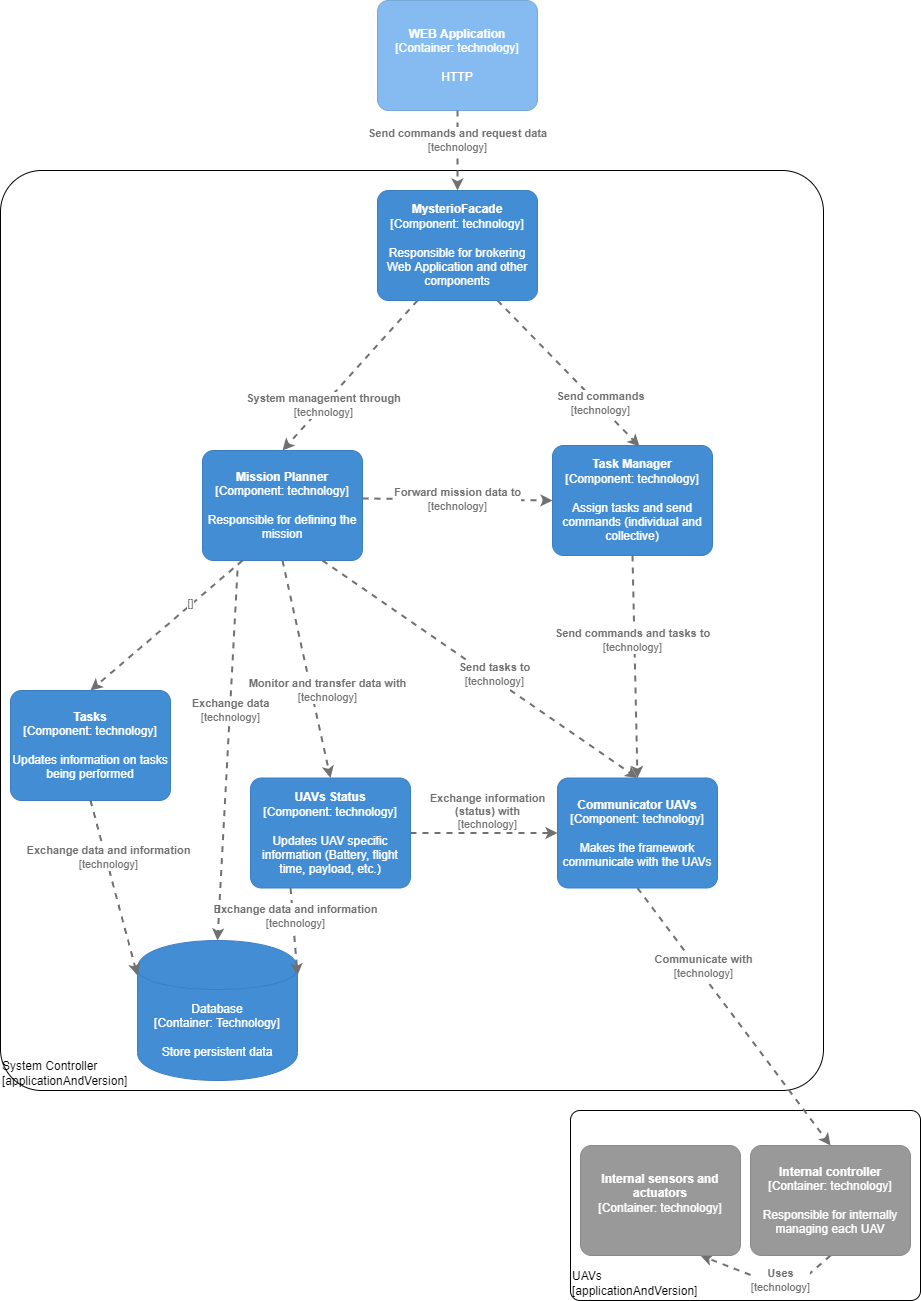
savionasc/mysterio keeps this draw.io diagram as UAV architecture-Componente.png. Above is the earlier version. Source tidied: cells renumbered, new cells last; positions are measured from the earlier drawing's top-left corner, leaving out a move shared by most shapes.
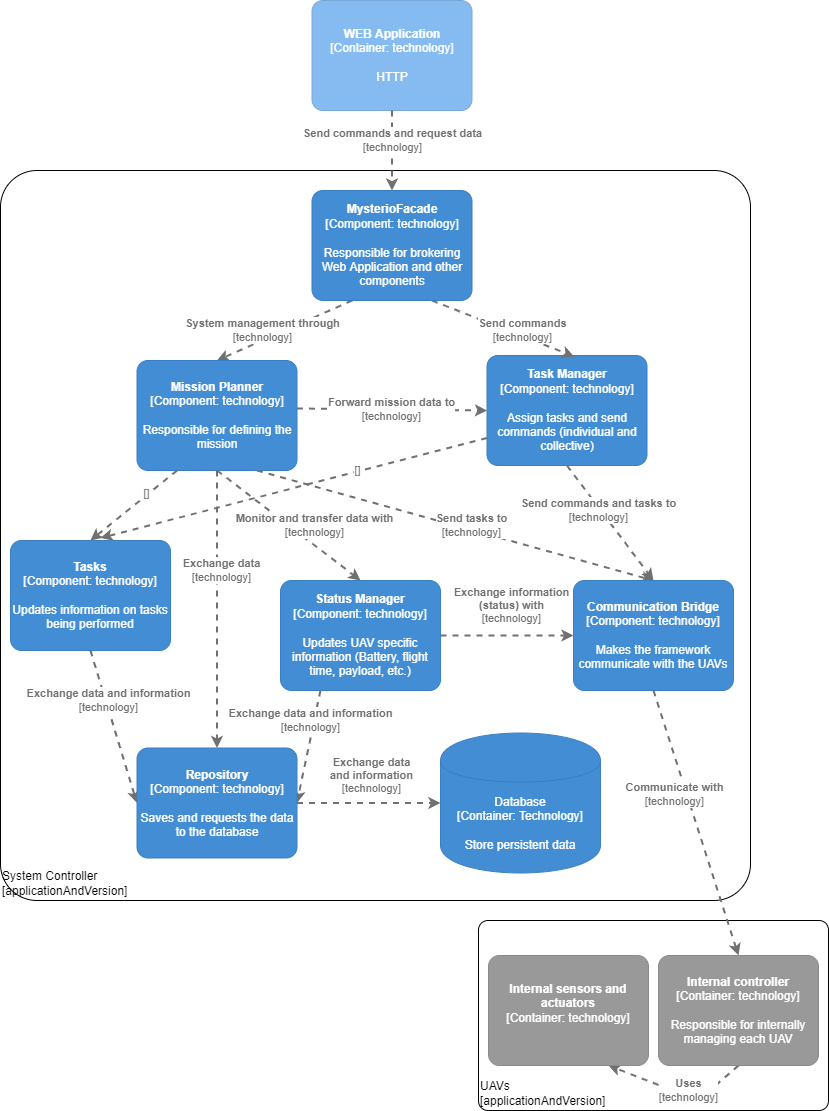
After the change.

Commit message:
Modificando a arquitetura em nível de componentes

Change to the diagram source:
```diff
@@ -6,3 +6,3 @@
       <mxCell style="rounded=1;whiteSpace=wrap;html=1;labelBackgroundColor=none;fillColor=#ffffff;fontColor=#000000;align=left;arcSize=5;strokeColor=#000000;verticalAlign=bottom;metaData={&quot;c4Type&quot;:{&quot;editable&quot;:false}};" parent="1" vertex="1">
-        <mxGeometry y="170" width="823" height="920" as="geometry" />
+        <mxGeometry x="-13" y="360" width="750" height="730" as="geometry" />
       </mxCell>
@@ -11,3 +11,3 @@
       <mxCell style="rounded=1;whiteSpace=wrap;html=1;labelBackgroundColor=none;fillColor=#ffffff;fontColor=#000000;align=left;arcSize=5;strokeColor=#000000;verticalAlign=bottom;metaData={&quot;c4Type&quot;:{&quot;editable&quot;:false}};" parent="1" vertex="1">
-        <mxGeometry x="570" y="1110" width="350" height="190" as="geometry" />
+        <mxGeometry x="465" y="1110" width="350" height="190" as="geometry" />
       </mxCell>
@@ -16,3 +16,3 @@
       <mxCell style="edgeStyle=none;rounded=0;html=1;entryX=0.5;entryY=0;jettySize=auto;strokeColor=#707070;strokeWidth=2;fontColor=#707070;jumpStyle=none;dashed=1;metaData={&quot;c4Type&quot;:{&quot;editable&quot;:false}};exitX=0.25;exitY=1;exitDx=0;exitDy=0;exitPerimeter=0;entryDx=0;entryDy=0;entryPerimeter=0;" parent="1" edge="1" source="23" target="10">
-        <mxGeometry x="0.4" relative="1" as="geometry" />
+        <mxGeometry x="0.28" y="-9" relative="1" as="geometry" />
       </mxCell>
@@ -21,3 +21,3 @@
       <mxCell style="shape=cylinder;whiteSpace=wrap;html=1;boundedLbl=1;rounded=0;labelBackgroundColor=none;fillColor=#438DD5;fontSize=12;fontColor=#ffffff;align=center;strokeColor=#3C7FC0;points=[[0.5,0,0],[1,0.25,0],[1,0.5,0],[1,0.75,0],[0.5,1,0],[0,0.75,0],[0,0.5,0],[0,0.25,0]];metaData={&quot;c4Type&quot;:{&quot;editable&quot;:false}};" parent="1" vertex="1">
-        <mxGeometry x="137" y="940" width="160" height="140" as="geometry" />
+        <mxGeometry x="427" y="922.5" width="160" height="140" as="geometry" />
       </mxCell>
@@ -28,3 +28,3 @@
           <Array as="points">
-            <mxPoint x="790" y="1290" />
+            <mxPoint x="685" y="1290" />
           </Array>
@@ -35,3 +35,3 @@
       <mxCell style="rounded=1;whiteSpace=wrap;html=1;labelBackgroundColor=none;fontColor=#ffffff;align=center;arcSize=10;metaData={&quot;c4Type&quot;:{&quot;editable&quot;:false}};points=[[0.25,0,0],[0.5,0,0],[0.75,0,0],[1,0.25,0],[1,0.5,0],[1,0.75,0],[0.75,1,0],[0.5,1,0],[0.25,1,0],[0,0.75,0],[0,0.5,0],[0,0.25,0]];fillColor=#999999;strokeColor=#8A8A8A;" parent="1" vertex="1">
-        <mxGeometry x="580" y="1145" width="160" height="110" as="geometry" />
+        <mxGeometry x="475" y="1145" width="160" height="110" as="geometry" />
       </mxCell>
@@ -40,3 +40,3 @@
       <mxCell style="rounded=1;whiteSpace=wrap;html=1;labelBackgroundColor=none;fontColor=#ffffff;align=center;arcSize=10;metaData={&quot;c4Type&quot;:{&quot;editable&quot;:false}};points=[[0.25,0,0],[0.5,0,0],[0.75,0,0],[1,0.25,0],[1,0.5,0],[1,0.75,0],[0.75,1,0],[0.5,1,0],[0.25,1,0],[0,0.75,0],[0,0.5,0],[0,0.25,0]];fillColor=#999999;strokeColor=#8A8A8A;" parent="1" vertex="1">
-        <mxGeometry x="750" y="1145" width="160" height="110" as="geometry" />
+        <mxGeometry x="645" y="1145" width="160" height="110" as="geometry" />
       </mxCell>
@@ -45,5 +45,3 @@
       <mxCell style="edgeStyle=none;rounded=0;html=1;jettySize=auto;strokeColor=#707070;strokeWidth=2;fontColor=#707070;jumpStyle=none;dashed=1;metaData={&quot;c4Type&quot;:{&quot;editable&quot;:false}};exitX=1;exitY=0.5;exitDx=0;exitDy=0;exitPerimeter=0;entryX=0;entryY=0.5;entryDx=0;entryDy=0;entryPerimeter=0;" parent="1" edge="1" source="16" target="21">
-        <mxGeometry x="0.05" y="23" relative="1" as="geometry">
-          <mxPoint y="1" as="offset" />
-        </mxGeometry>
+        <mxGeometry x="0.06" y="30" relative="1" as="geometry" />
       </mxCell>
@@ -52,3 +50,3 @@
       <mxCell style="rounded=1;whiteSpace=wrap;html=1;labelBackgroundColor=none;fillColor=#438DD5;fontColor=#ffffff;align=center;arcSize=10;strokeColor=#3C7FC0;metaData={&quot;c4Type&quot;:{&quot;editable&quot;:false}};points=[[0.25,0,0],[0.5,0,0],[0.75,0,0],[1,0.25,0],[1,0.5,0],[1,0.75,0],[0.75,1,0],[0.5,1,0],[0.25,1,0],[0,0.75,0],[0,0.5,0],[0,0.25,0]];" parent="1" vertex="1">
-        <mxGeometry x="202" y="450" width="160" height="110" as="geometry" />
+        <mxGeometry x="123.5" y="550" width="160" height="110" as="geometry" />
       </mxCell>
@@ -57,3 +55,3 @@
       <mxCell style="rounded=1;whiteSpace=wrap;html=1;labelBackgroundColor=none;fillColor=#438DD5;fontColor=#ffffff;align=center;arcSize=10;strokeColor=#3C7FC0;metaData={&quot;c4Type&quot;:{&quot;editable&quot;:false}};points=[[0.25,0,0],[0.5,0,0],[0.75,0,0],[1,0.25,0],[1,0.5,0],[1,0.75,0],[0.75,1,0],[0.5,1,0],[0.25,1,0],[0,0.75,0],[0,0.5,0],[0,0.25,0]];" parent="1" vertex="1">
-        <mxGeometry x="552" y="445" width="160" height="110" as="geometry" />
+        <mxGeometry x="473.5" y="545" width="160" height="110" as="geometry" />
       </mxCell>
@@ -62,3 +60,3 @@
       <mxCell style="edgeStyle=none;rounded=0;html=1;entryX=0.544;entryY=0.009;jettySize=auto;strokeColor=#707070;strokeWidth=2;fontColor=#707070;jumpStyle=none;dashed=1;metaData={&quot;c4Type&quot;:{&quot;editable&quot;:false}};exitX=0.75;exitY=1;exitDx=0;exitDy=0;exitPerimeter=0;entryDx=0;entryDy=0;entryPerimeter=0;" parent="1" edge="1" source="23" target="11">
-        <mxGeometry x="0.43" y="2" relative="1" as="geometry" />
+        <mxGeometry x="0.24" y="5" relative="1" as="geometry" />
       </mxCell>
@@ -77,8 +75,8 @@
       <mxCell style="rounded=1;whiteSpace=wrap;html=1;labelBackgroundColor=none;fillColor=#438DD5;fontColor=#ffffff;align=center;arcSize=10;strokeColor=#3C7FC0;metaData={&quot;c4Type&quot;:{&quot;editable&quot;:false}};points=[[0.25,0,0],[0.5,0,0],[0.75,0,0],[1,0.25,0],[1,0.5,0],[1,0.75,0],[0.75,1,0],[0.5,1,0],[0.25,1,0],[0,0.75,0],[0,0.5,0],[0,0.25,0]];" parent="1" vertex="1">
-        <mxGeometry x="10" y="690" width="160" height="110" as="geometry" />
+        <mxGeometry x="-3" y="730" width="160" height="110" as="geometry" />
       </mxCell>
     </object>
-    <object id="16" label="&lt;b&gt;%c4Name%&lt;/b&gt;&lt;div&gt;[%c4Type%: %c4Technology%]&lt;/div&gt;&lt;br&gt;&lt;div&gt;%c4Description%&lt;/div&gt;" c4Description="Updates UAV specific information (Battery, flight time, payload, etc.)" c4Name="UAVs Status" c4Technology="technology" c4Type="Component" placeholders="1">
+    <object id="16" label="&lt;b&gt;%c4Name%&lt;/b&gt;&lt;div&gt;[%c4Type%: %c4Technology%]&lt;/div&gt;&lt;br&gt;&lt;div&gt;%c4Description%&lt;/div&gt;" c4Description="Updates UAV specific information (Battery, flight time, payload, etc.)" c4Name="Status Manager" c4Technology="technology" c4Type="Component" placeholders="1">
       <mxCell style="rounded=1;whiteSpace=wrap;html=1;labelBackgroundColor=none;fillColor=#438DD5;fontColor=#ffffff;align=center;arcSize=10;strokeColor=#3C7FC0;metaData={&quot;c4Type&quot;:{&quot;editable&quot;:false}};points=[[0.25,0,0],[0.5,0,0],[0.75,0,0],[1,0.25,0],[1,0.5,0],[1,0.75,0],[0.75,1,0],[0.5,1,0],[0.25,1,0],[0,0.75,0],[0,0.5,0],[0,0.25,0]];" parent="1" vertex="1">
-        <mxGeometry x="250" y="777.5" width="160" height="110" as="geometry" />
+        <mxGeometry x="267" y="770" width="160" height="110" as="geometry" />
       </mxCell>
@@ -99,3 +97,3 @@
       <mxCell style="edgeStyle=none;rounded=0;html=1;entryX=0.5;entryY=0;jettySize=auto;strokeColor=#707070;strokeWidth=2;fontColor=#707070;jumpStyle=none;dashed=1;metaData={&quot;c4Type&quot;:{&quot;editable&quot;:false}};entryDx=0;entryDy=0;entryPerimeter=0;exitX=0.5;exitY=1;exitDx=0;exitDy=0;exitPerimeter=0;" parent="1" edge="1" source="21" target="8">
-        <mxGeometry x="-0.37" y="6" relative="1" as="geometry" />
+        <mxGeometry x="-0.25" y="-12" relative="1" as="geometry" />
       </mxCell>
@@ -107,5 +105,5 @@
     </object>
-    <object id="21" label="&lt;b&gt;%c4Name%&lt;/b&gt;&lt;div&gt;[%c4Type%: %c4Technology%]&lt;/div&gt;&lt;br&gt;&lt;div&gt;%c4Description%&lt;/div&gt;" c4Description="Makes the framework communicate with the UAVs" c4Name="Communicator UAVs" c4Technology="technology" c4Type="Component" placeholders="1">
+    <object id="21" label="&lt;b&gt;%c4Name%&lt;/b&gt;&lt;div&gt;[%c4Type%: %c4Technology%]&lt;/div&gt;&lt;br&gt;&lt;div&gt;%c4Description%&lt;/div&gt;" c4Description="Makes the framework communicate with the UAVs" c4Name="Communication Bridge" c4Technology="technology" c4Type="Component" placeholders="1">
       <mxCell style="rounded=1;whiteSpace=wrap;html=1;labelBackgroundColor=none;fillColor=#438DD5;fontColor=#ffffff;align=center;arcSize=10;strokeColor=#3C7FC0;metaData={&quot;c4Type&quot;:{&quot;editable&quot;:false}};points=[[0.25,0,0],[0.5,0,0],[0.75,0,0],[1,0.25,0],[1,0.5,0],[1,0.75,0],[0.75,1,0],[0.5,1,0],[0.25,1,0],[0,0.75,0],[0,0.5,0],[0,0.25,0]];" parent="1" vertex="1">
-        <mxGeometry x="557" y="777.5" width="160" height="110" as="geometry" />
+        <mxGeometry x="560" y="770" width="160" height="110" as="geometry" />
       </mxCell>
@@ -114,3 +112,3 @@
       <mxCell style="rounded=1;whiteSpace=wrap;html=1;labelBackgroundColor=none;fillColor=#85BBF0;fontColor=#ffffff;align=center;arcSize=10;strokeColor=#78A8D8;metaData={&quot;c4Type&quot;:{&quot;editable&quot;:false}};points=[[0.25,0,0],[0.5,0,0],[0.75,0,0],[1,0.25,0],[1,0.5,0],[1,0.75,0],[0.75,1,0],[0.5,1,0],[0.25,1,0],[0,0.75,0],[0,0.5,0],[0,0.25,0]];" parent="1" vertex="1">
-        <mxGeometry x="377" width="160" height="110" as="geometry" />
+        <mxGeometry x="298.5" y="190" width="160" height="110" as="geometry" />
       </mxCell>
@@ -119,3 +117,3 @@
       <mxCell style="rounded=1;whiteSpace=wrap;html=1;labelBackgroundColor=none;fillColor=#438DD5;fontColor=#ffffff;align=center;arcSize=10;strokeColor=#3C7FC0;metaData={&quot;c4Type&quot;:{&quot;editable&quot;:false}};points=[[0.25,0,0],[0.5,0,0],[0.75,0,0],[1,0.25,0],[1,0.5,0],[1,0.75,0],[0.75,1,0],[0.5,1,0],[0.25,1,0],[0,0.75,0],[0,0.5,0],[0,0.25,0]];" parent="1" vertex="1">
-        <mxGeometry x="377" y="190" width="160" height="110" as="geometry" />
+        <mxGeometry x="298.5" y="380" width="160" height="110" as="geometry" />
       </mxCell>
@@ -128,3 +126,3 @@
     <object id="25" label="&lt;div style=&quot;text-align: left&quot;&gt;&lt;div style=&quot;text-align: center&quot;&gt;&lt;b&gt;%c4Description%&lt;/b&gt;&lt;/div&gt;&lt;div style=&quot;text-align: center&quot;&gt;[%c4Technology%]&lt;/div&gt;&lt;/div&gt;" c4Description="Exchange data and information" c4Technology="technology" c4Type="Relationship" placeholders="1">
-      <mxCell style="edgeStyle=none;rounded=0;html=1;entryX=0;entryY=0.25;jettySize=auto;strokeColor=#707070;strokeWidth=2;fontColor=#707070;jumpStyle=none;dashed=1;metaData={&quot;c4Type&quot;:{&quot;editable&quot;:false}};exitX=0.5;exitY=1;exitDx=0;exitDy=0;exitPerimeter=0;entryDx=0;entryDy=0;entryPerimeter=0;" parent="1" edge="1" source="15" target="5">
+      <mxCell style="edgeStyle=none;rounded=0;html=1;jettySize=auto;strokeColor=#707070;strokeWidth=2;fontColor=#707070;jumpStyle=none;dashed=1;metaData={&quot;c4Type&quot;:{&quot;editable&quot;:false}};exitX=0.5;exitY=1;exitDx=0;exitDy=0;exitPerimeter=0;entryX=0;entryY=0.5;entryDx=0;entryDy=0;entryPerimeter=0;" parent="1" edge="1" source="15" target="28">
         <mxGeometry x="-0.34" y="3" relative="1" as="geometry" />
@@ -133,4 +131,4 @@
     <object id="26" label="&lt;div style=&quot;text-align: left&quot;&gt;&lt;div style=&quot;text-align: center&quot;&gt;&lt;b&gt;%c4Description%&lt;/b&gt;&lt;/div&gt;&lt;div style=&quot;text-align: center&quot;&gt;[%c4Technology%]&lt;/div&gt;&lt;/div&gt;" c4Description="Exchange data and information" c4Technology="technology" c4Type="Relationship" placeholders="1">
-      <mxCell style="edgeStyle=none;rounded=0;html=1;entryX=1;entryY=0.25;jettySize=auto;strokeColor=#707070;strokeWidth=2;fontColor=#707070;jumpStyle=none;dashed=1;metaData={&quot;c4Type&quot;:{&quot;editable&quot;:false}};exitX=0.25;exitY=1;exitDx=0;exitDy=0;exitPerimeter=0;entryDx=0;entryDy=0;entryPerimeter=0;" parent="1" edge="1" source="16" target="5">
-        <mxGeometry x="-0.34" y="3" relative="1" as="geometry" />
+      <mxCell style="edgeStyle=none;rounded=0;html=1;jettySize=auto;strokeColor=#707070;strokeWidth=2;fontColor=#707070;jumpStyle=none;dashed=1;metaData={&quot;c4Type&quot;:{&quot;editable&quot;:false}};exitX=0.25;exitY=1;exitDx=0;exitDy=0;exitPerimeter=0;entryX=1;entryY=0.5;entryDx=0;entryDy=0;entryPerimeter=0;" parent="1" edge="1" source="16" target="28">
+        <mxGeometry x="-0.45" y="-4" relative="1" as="geometry" />
       </mxCell>
@@ -138,8 +136,23 @@
     <object id="27" label="&lt;div style=&quot;text-align: left&quot;&gt;&lt;div style=&quot;text-align: center&quot;&gt;&lt;b&gt;%c4Description%&lt;/b&gt;&lt;/div&gt;&lt;div style=&quot;text-align: center&quot;&gt;[%c4Technology%]&lt;/div&gt;&lt;/div&gt;" c4Description="Exchange data" c4Technology="technology" c4Type="Relationship" placeholders="1">
-      <mxCell style="edgeStyle=none;rounded=0;html=1;jettySize=auto;strokeColor=#707070;strokeWidth=2;fontColor=#707070;jumpStyle=none;dashed=1;metaData={&quot;c4Type&quot;:{&quot;editable&quot;:false}};entryX=0.5;entryY=0;entryDx=0;entryDy=0;entryPerimeter=0;" parent="1" edge="1" target="5">
-        <mxGeometry x="-0.25" y="1" relative="1" as="geometry">
-          <mxPoint x="237" y="570" as="sourcePoint" />
-        </mxGeometry>
+      <mxCell style="edgeStyle=none;rounded=0;html=1;jettySize=auto;strokeColor=#707070;strokeWidth=2;fontColor=#707070;jumpStyle=none;dashed=1;metaData={&quot;c4Type&quot;:{&quot;editable&quot;:false}};entryX=0.5;entryY=0;entryDx=0;entryDy=0;entryPerimeter=0;exitX=0.5;exitY=1;exitDx=0;exitDy=0;exitPerimeter=0;" parent="1" edge="1" source="10" target="28">
+        <mxGeometry x="-0.28" y="4" relative="1" as="geometry" />
       </mxCell>
     </object>
+    <object id="28" label="&lt;b&gt;%c4Name%&lt;/b&gt;&lt;div&gt;[%c4Type%: %c4Technology%]&lt;/div&gt;&lt;br&gt;&lt;div&gt;%c4Description%&lt;/div&gt;" c4Description="Saves and requests the data to the database" c4Name="Repository" c4Technology="technology" c4Type="Component" placeholders="1">
+      <mxCell style="rounded=1;whiteSpace=wrap;html=1;labelBackgroundColor=none;fillColor=#438DD5;fontColor=#ffffff;align=center;arcSize=10;strokeColor=#3C7FC0;metaData={&quot;c4Type&quot;:{&quot;editable&quot;:false}};points=[[0.25,0,0],[0.5,0,0],[0.75,0,0],[1,0.25,0],[1,0.5,0],[1,0.75,0],[0.75,1,0],[0.5,1,0],[0.25,1,0],[0,0.75,0],[0,0.5,0],[0,0.25,0]];" parent="1" vertex="1">
+        <mxGeometry x="123.5" y="937.5" width="160" height="110" as="geometry" />
+      </mxCell>
+    </object>
+    <object id="29" label="&lt;div style=&quot;text-align: left&quot;&gt;&lt;div style=&quot;text-align: center&quot;&gt;&lt;b&gt;%c4Description%&lt;/b&gt;&lt;/div&gt;&lt;div style=&quot;text-align: center&quot;&gt;[%c4Technology%]&lt;/div&gt;&lt;/div&gt;" c4Description="Exchange data&#10;and information" c4Technology="technology" c4Type="Relationship" placeholders="1">
+      <mxCell style="edgeStyle=none;rounded=0;html=1;jettySize=auto;strokeColor=#707070;strokeWidth=2;fontColor=#707070;jumpStyle=none;dashed=1;metaData={&quot;c4Type&quot;:{&quot;editable&quot;:false}};exitX=1;exitY=0.5;exitDx=0;exitDy=0;exitPerimeter=0;entryX=0;entryY=0.5;entryDx=0;entryDy=0;entryPerimeter=0;" parent="1" edge="1" source="28" target="5">
+        <mxGeometry x="0.03" y="28" relative="1" as="geometry" />
+      </mxCell>
+    </object>
+    <object id="30" label="&lt;div style=&quot;text-align: left&quot;&gt;&lt;div style=&quot;text-align: center&quot;&gt;&lt;b&gt;%c4Description%&lt;/b&gt;&lt;/div&gt;&lt;div style=&quot;text-align: center&quot;&gt;[%c4Technology%]&lt;/div&gt;&lt;/div&gt;" c4Description="" c4Technology="" c4Type="Relationship" placeholders="1">
+      <mxCell style="edgeStyle=none;rounded=0;html=1;entryX=0.563;entryY=-0.023;jettySize=auto;strokeColor=#707070;strokeWidth=2;fontColor=#707070;jumpStyle=none;dashed=1;metaData={&quot;c4Type&quot;:{&quot;editable&quot;:false}};entryDx=0;entryDy=0;entryPerimeter=0;exitX=0;exitY=0.75;exitDx=0;exitDy=0;exitPerimeter=0;" parent="1" edge="1" source="11" target="15">
+        <mxGeometry x="-0.33" y="-2" relative="1" as="geometry">
+          <mxPoint y="1" as="offset" />
+        </mxGeometry>
+      </mxCell>
+    </object>
   </root>
```
